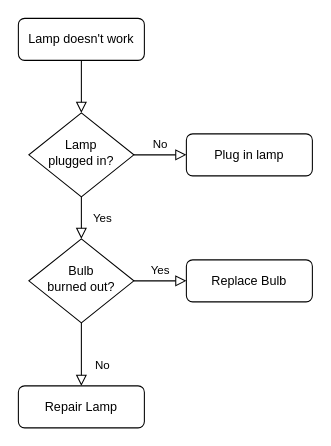
The draw.io diagram 邮箱登录.drawio in jeefs/mindGraph, before the edit. Source tidied: cells renumbered, new cells numbered last; positions are measured from the earlier drawing's top-left corner, leaving out a move shared by most shapes. Both pictures are drawn from the tidied source at 105%, with x=0, y=0 at pixel (18, 18).
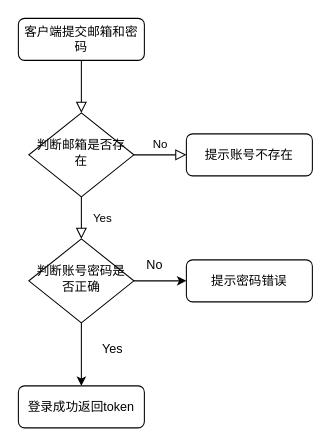
Above is the later version.

Commit message:
更新邮箱登录.drawio

What changed in the source:
```diff
@@
 <mxGraphModel>
   <root>
     <mxCell id="0" />
     <mxCell id="1" parent="0" />
     <mxCell id="2" style="rounded=0;html=1;jettySize=auto;fontSize=11;endArrow=block;endFill=0;endSize=8;strokeWidth=1;shadow=0;labelBackgroundColor=none;edgeStyle=orthogonalEdgeStyle;" parent="1" edge="1" source="3" target="6">
       <mxGeometry relative="1" as="geometry" />
     </mxCell>
-    <mxCell id="3" value="Lamp doesn't work" style="rounded=1;whiteSpace=wrap;html=1;fontSize=12;glass=0;strokeWidth=1;shadow=0;" parent="1" vertex="1">
+    <mxCell id="3" value="客户端提交邮箱和密码" style="rounded=1;whiteSpace=wrap;html=1;fontSize=12;glass=0;strokeWidth=1;shadow=0;" parent="1" vertex="1">
       <mxGeometry width="120" height="40" as="geometry" />
     </mxCell>
     <mxCell id="4" value="Yes" style="rounded=0;html=1;jettySize=auto;fontSize=11;endArrow=block;endFill=0;endSize=8;strokeWidth=1;shadow=0;labelBackgroundColor=none;edgeStyle=orthogonalEdgeStyle;" parent="1" edge="1" source="6" target="10">
       <mxGeometry y="20" relative="1" as="geometry" />
     </mxCell>
     <mxCell id="5" value="No" style="edgeStyle=orthogonalEdgeStyle;rounded=0;html=1;jettySize=auto;fontSize=11;endArrow=block;endFill=0;endSize=8;strokeWidth=1;shadow=0;labelBackgroundColor=none;" parent="1" edge="1" source="6" target="7">
       <mxGeometry y="10" relative="1" as="geometry" />
     </mxCell>
-    <mxCell id="6" value="Lamp&lt;br&gt;plugged in?" style="rhombus;whiteSpace=wrap;html=1;shadow=0;fontFamily=Helvetica;fontSize=12;align=center;strokeWidth=1;spacing=6;spacingTop=-4;" parent="1" vertex="1">
+    <mxCell id="6" value="判断邮箱是否存在" style="rhombus;whiteSpace=wrap;html=1;shadow=0;fontFamily=Helvetica;fontSize=12;align=center;strokeWidth=1;spacing=6;spacingTop=-4;" parent="1" vertex="1">
       <mxGeometry x="10" y="90" width="100" height="80" as="geometry" />
     </mxCell>
-    <mxCell id="7" value="Plug in lamp" style="rounded=1;whiteSpace=wrap;html=1;fontSize=12;glass=0;strokeWidth=1;shadow=0;" parent="1" vertex="1">
+    <mxCell id="7" value="提示账号不存在" style="rounded=1;whiteSpace=wrap;html=1;fontSize=12;glass=0;strokeWidth=1;shadow=0;" parent="1" vertex="1">
       <mxGeometry x="160" y="110" width="120" height="40" as="geometry" />
     </mxCell>
-    <mxCell id="8" value="No" style="rounded=0;html=1;jettySize=auto;fontSize=11;endArrow=block;endFill=0;endSize=8;strokeWidth=1;shadow=0;labelBackgroundColor=none;edgeStyle=orthogonalEdgeStyle;" parent="1" edge="1" source="10" target="11">
-      <mxGeometry x="0.33" y="20" relative="1" as="geometry" />
-    </mxCell>
-    <mxCell id="9" value="Yes" style="edgeStyle=orthogonalEdgeStyle;rounded=0;html=1;jettySize=auto;fontSize=11;endArrow=block;endFill=0;endSize=8;strokeWidth=1;shadow=0;labelBackgroundColor=none;" parent="1" edge="1" source="10" target="12">
-      <mxGeometry y="10" relative="1" as="geometry" />
-    </mxCell>
+    <mxCell id="13" style="edgeStyle=orthogonalEdgeStyle;rounded=0;jettySize=auto;html=1;" parent="1" edge="1" source="10" target="12">
+      <mxGeometry relative="1" as="geometry" />
+    </mxCell>
+    <mxCell id="14" style="edgeStyle=orthogonalEdgeStyle;rounded=0;jettySize=auto;html=1;" parent="1" edge="1" source="10" target="11">
+      <mxGeometry relative="1" as="geometry" />
+    </mxCell>
-    <mxCell id="10" value="Bulb&lt;br&gt;burned out?" style="rhombus;whiteSpace=wrap;html=1;shadow=0;fontFamily=Helvetica;fontSize=12;align=center;strokeWidth=1;spacing=6;spacingTop=-4;" parent="1" vertex="1">
+    <mxCell id="10" value="判断账号密码是否正确" style="rhombus;whiteSpace=wrap;html=1;shadow=0;fontFamily=Helvetica;fontSize=12;align=center;strokeWidth=1;spacing=6;spacingTop=-4;" parent="1" vertex="1">
       <mxGeometry x="10" y="210" width="100" height="80" as="geometry" />
     </mxCell>
-    <mxCell id="11" value="Repair Lamp" style="rounded=1;whiteSpace=wrap;html=1;fontSize=12;glass=0;strokeWidth=1;shadow=0;" parent="1" vertex="1">
+    <mxCell id="11" value="登录成功返回token" style="rounded=1;whiteSpace=wrap;html=1;fontSize=12;glass=0;strokeWidth=1;shadow=0;" parent="1" vertex="1">
       <mxGeometry y="350" width="120" height="40" as="geometry" />
     </mxCell>
-    <mxCell id="12" value="Replace Bulb" style="rounded=1;whiteSpace=wrap;html=1;fontSize=12;glass=0;strokeWidth=1;shadow=0;" parent="1" vertex="1">
+    <mxCell id="12" value="提示密码错误" style="rounded=1;whiteSpace=wrap;html=1;fontSize=12;glass=0;strokeWidth=1;shadow=0;" parent="1" vertex="1">
       <mxGeometry x="160" y="230" width="120" height="40" as="geometry" />
     </mxCell>
+    <mxCell id="8" value="No" style="text;strokeColor=none;align=center;fillColor=none;html=1;verticalAlign=middle;whiteSpace=wrap;rounded=0;" parent="1" vertex="1">
+      <mxGeometry x="100" y="220" width="60" height="30" as="geometry" />
+    </mxCell>
+    <mxCell id="9" value="Yes" style="text;strokeColor=none;align=center;fillColor=none;html=1;verticalAlign=middle;whiteSpace=wrap;rounded=0;" parent="1" vertex="1">
+      <mxGeometry x="60" y="300" width="60" height="30" as="geometry" />
+    </mxCell>
   </root>
 </mxGraphModel>
```
